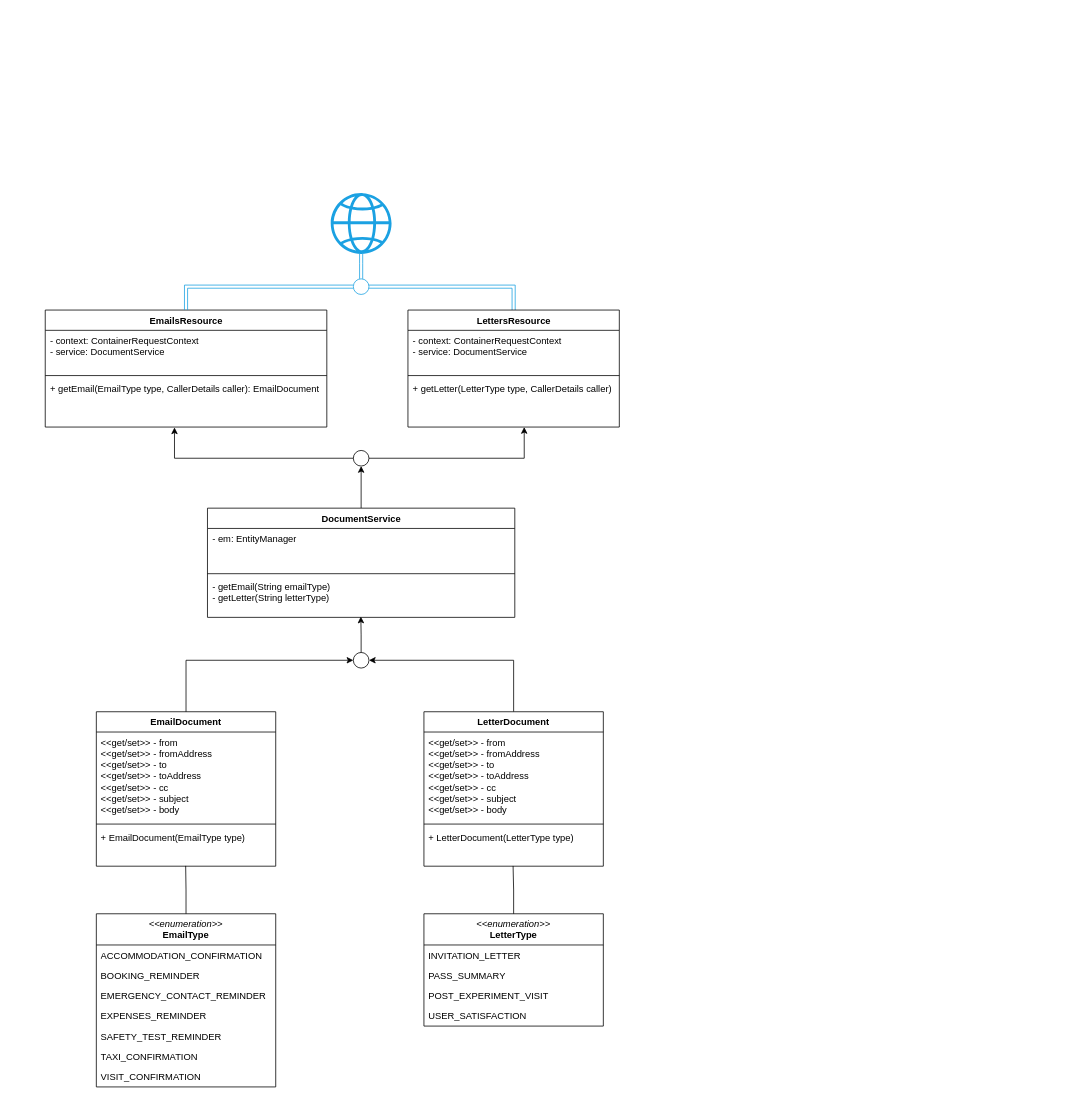
This is Document generation class diagram.drawio from ambolt314/FinalProjectDesign, a draw.io file, before an edit. Source tidied: cells renumbered, new cells numbered last; positions are measured from the earlier drawing's top-left corner, leaving out a move shared by most shapes. Both pictures are drawn from the tidied source at 78%, with x=0, y=0 at pixel (45, 193).
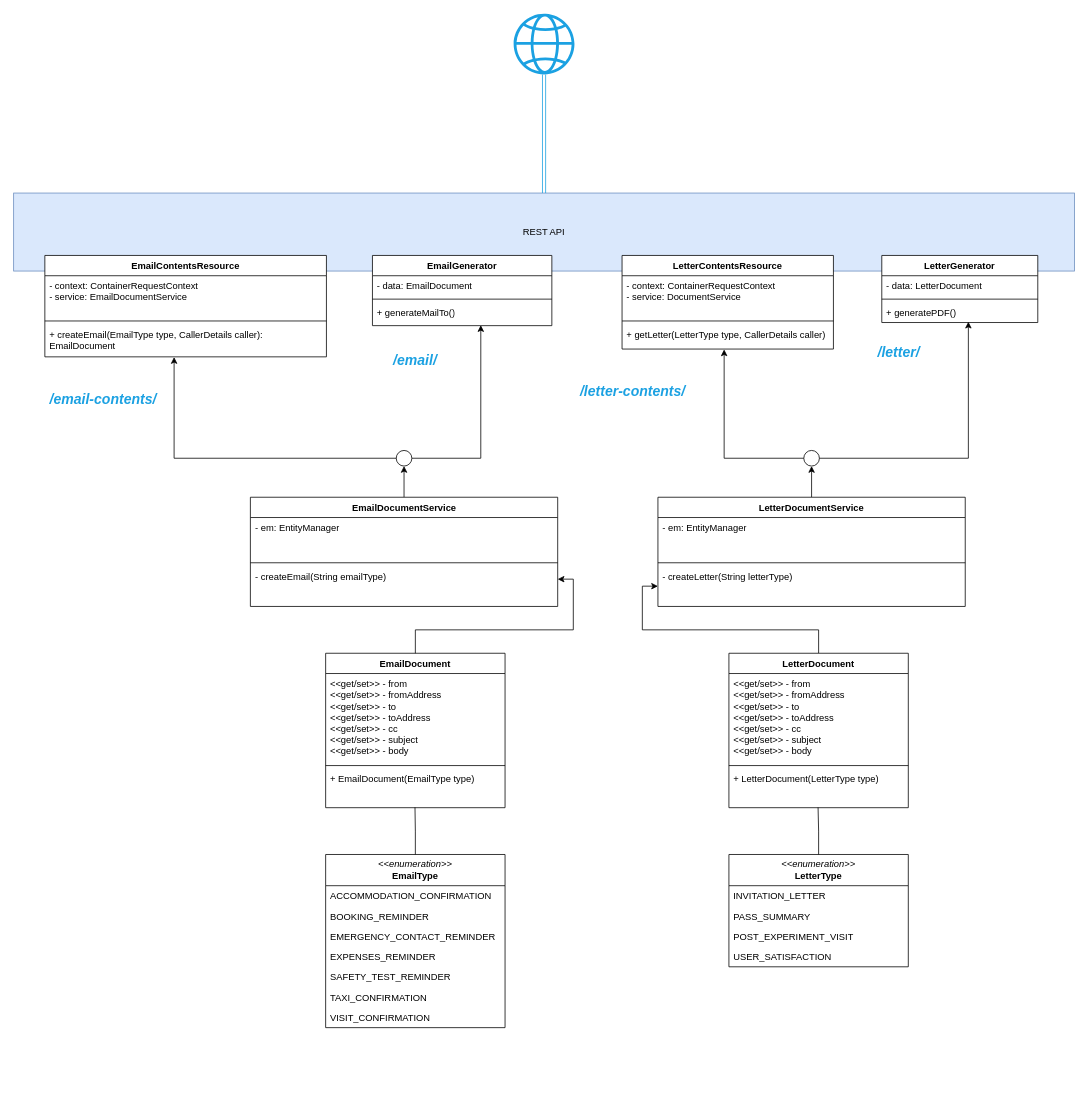
The same page after the edit.

Commit message:
Updated activity diagram

What changed in the source:
```diff
@@
+    <mxCell id="50" value="REST API" style="html=1;whiteSpace=wrap;fillColor=#dae8fc;strokeColor=#6c8ebf;" parent="1" vertex="1">
+      <mxGeometry x="-41" width="1360" height="100" as="geometry" />
+    </mxCell>
-    <mxCell id="2" value="EmailsResource" style="swimlane;fontStyle=1;align=center;verticalAlign=top;horizontal=1;startSize=26;whiteSpace=wrap;html=1;" parent="1" vertex="1">
-      <mxGeometry x="-0.5" y="150" width="361" height="150" as="geometry" />
+    <mxCell id="2" value="EmailContentsResource" style="swimlane;fontStyle=1;align=center;verticalAlign=top;horizontal=1;startSize=26;whiteSpace=wrap;html=1;" parent="1" vertex="1">
+      <mxGeometry x="-1" y="80" width="361" height="130" as="geometry" />
     </mxCell>
-    <mxCell id="3" value="&lt;div&gt;- context: ContainerRequestContext&lt;/div&gt;&lt;div&gt;- service: DocumentService&lt;br&gt;&lt;/div&gt;" style="text;strokeColor=none;fillColor=none;align=left;verticalAlign=top;spacingLeft=4;spacingRight=4;overflow=hidden;whiteSpace=wrap;html=1;" parent="2" vertex="1">
+    <mxCell id="3" value="&lt;div&gt;- context: ContainerRequestContext&lt;/div&gt;&lt;div&gt;- service: EmailDocumentService&lt;br&gt;&lt;/div&gt;" style="text;align=left;verticalAlign=top;spacingLeft=4;spacingRight=4;overflow=hidden;whiteSpace=wrap;html=1;" parent="2" vertex="1">
       <mxGeometry y="26" width="361" height="54" as="geometry" />
     </mxCell>
@@
-    <mxCell id="5" value="+ getEmail(EmailType type, CallerDetails caller): EmailDocument" style="text;strokeColor=none;fillColor=none;align=left;verticalAlign=top;spacingLeft=4;spacingRight=4;overflow=hidden;points=[[0,0.5],[1,0.5]];portConstraint=eastwest;whiteSpace=wrap;html=1;" parent="2" vertex="1">
-      <mxGeometry y="88" width="361" height="62" as="geometry" />
+    <mxCell id="5" value="+ createEmail(EmailType type, CallerDetails caller): EmailDocument" style="text;strokeColor=none;fillColor=none;align=left;verticalAlign=top;spacingLeft=4;spacingRight=4;overflow=hidden;points=[[0,0.5],[1,0.5]];portConstraint=eastwest;whiteSpace=wrap;html=1;" parent="2" vertex="1">
+      <mxGeometry y="88" width="361" height="42" as="geometry" />
     </mxCell>
-    <mxCell id="6" style="edgeStyle=orthogonalEdgeStyle;rounded=0;jettySize=auto;html=1;entryX=0.55;entryY=1;entryDx=0;entryDy=0;entryPerimeter=0;exitX=1;exitY=0.5;exitDx=0;exitDy=0;" parent="1" edge="1" source="48" target="46">
+    <mxCell id="6" style="edgeStyle=orthogonalEdgeStyle;rounded=0;jettySize=auto;html=1;entryX=0.604;entryY=0.98;entryDx=0;entryDy=0;entryPerimeter=0;exitX=1;exitY=0.5;exitDx=0;exitDy=0;" parent="1" edge="1" source="48" target="55">
       <mxGeometry relative="1" as="geometry" />
     </mxCell>
-    <mxCell id="7" style="edgeStyle=orthogonalEdgeStyle;rounded=0;jettySize=auto;html=1;entryX=0.5;entryY=1;entryDx=0;entryDy=0;" parent="1" edge="1" source="8" target="48">
-      <mxGeometry relative="1" as="geometry" />
-    </mxCell>
+    <mxCell id="51" style="edgeStyle=orthogonalEdgeStyle;rounded=0;jettySize=auto;html=1;entryX=0.5;entryY=1;entryDx=0;entryDy=0;" parent="1" edge="1" source="8" target="65">
+      <mxGeometry relative="1" as="geometry" />
+    </mxCell>
-    <mxCell id="8" value="DocumentService" style="swimlane;fontStyle=1;align=center;verticalAlign=top;horizontal=1;startSize=26;whiteSpace=wrap;html=1;" parent="1" vertex="1">
-      <mxGeometry x="207.5" y="404" width="394" height="140" as="geometry" />
+    <mxCell id="8" value="LetterDocumentService" style="swimlane;fontStyle=1;align=center;verticalAlign=top;horizontal=1;startSize=26;whiteSpace=wrap;html=1;" parent="1" vertex="1">
+      <mxGeometry x="785" y="390" width="394" height="140" as="geometry" />
     </mxCell>
@@
-    <mxCell id="11" value="&lt;div&gt;- getEmail(String emailType)&lt;/div&gt;&lt;div&gt;- getLetter(String letterType)&lt;/div&gt;" style="text;strokeColor=none;fillColor=none;align=left;verticalAlign=top;spacingLeft=4;spacingRight=4;overflow=hidden;points=[[0,0.5],[1,0.5]];portConstraint=eastwest;whiteSpace=wrap;html=1;" parent="8" vertex="1">
+    <mxCell id="11" value="&lt;div&gt;- createLetter(String letterType)&lt;/div&gt;" style="text;strokeColor=none;fillColor=none;align=left;verticalAlign=top;spacingLeft=4;spacingRight=4;overflow=hidden;points=[[0,0.5],[1,0.5]];portConstraint=eastwest;whiteSpace=wrap;html=1;" parent="8" vertex="1">
       <mxGeometry y="88" width="394" height="52" as="geometry" />
     </mxCell>
     <mxCell id="12" value="EmailDocument" style="swimlane;fontStyle=1;align=center;verticalAlign=top;horizontal=1;startSize=26;whiteSpace=wrap;html=1;" parent="1" vertex="1">
-      <mxGeometry x="65" y="665" width="230" height="198" as="geometry" />
+      <mxGeometry x="359" y="590" width="230" height="198" as="geometry" />
     </mxCell>
@@
-    <mxCell id="16" style="edgeStyle=orthogonalEdgeStyle;rounded=0;jettySize=auto;html=1;entryX=0;entryY=0.5;entryDx=0;entryDy=0;exitX=0.5;exitY=0;exitDx=0;exitDy=0;" parent="1" edge="1" source="12" target="21">
+    <mxCell id="16" style="edgeStyle=orthogonalEdgeStyle;rounded=0;jettySize=auto;html=1;entryX=1;entryY=0.75;entryDx=0;entryDy=0;exitX=0.5;exitY=0;exitDx=0;exitDy=0;" parent="1" edge="1" source="12" target="61">
       <mxGeometry relative="1" as="geometry" />
     </mxCell>
-    <mxCell id="17" style="edgeStyle=orthogonalEdgeStyle;rounded=0;jettySize=auto;html=1;shape=link;strokeColor=#1ba1e2;exitX=0;exitY=0.5;exitDx=0;exitDy=0;" parent="1" edge="1" source="47" target="2">
-      <mxGeometry relative="1" as="geometry" />
-    </mxCell>
-    <mxCell id="18" style="edgeStyle=orthogonalEdgeStyle;rounded=0;jettySize=auto;html=1;shape=link;strokeColor=#1ba1e2;exitX=1;exitY=0.5;exitDx=0;exitDy=0;" parent="1" edge="1" source="47" target="43">
-      <mxGeometry relative="1" as="geometry" />
-    </mxCell>
-    <mxCell id="19" style="edgeStyle=orthogonalEdgeStyle;rounded=0;jettySize=auto;html=1;shape=link;strokeColor=#1ba1e2;" parent="1" edge="1" source="20" target="47">
+    <mxCell id="19" style="edgeStyle=orthogonalEdgeStyle;rounded=0;jettySize=auto;html=1;shape=link;strokeColor=#1ba1e2;entryX=0.5;entryY=0;entryDx=0;entryDy=0;" parent="1" edge="1" source="20" target="50">
       <mxGeometry relative="1" as="geometry" />
     </mxCell>
     <mxCell id="20" style="sketch=0;outlineConnect=0;fillColor=#1BA1E2;strokeColor=#006EAF;dashed=0;verticalLabelPosition=bottom;verticalAlign=top;align=center;html=1;fontSize=12;fontStyle=0;shape=mxgraph.aws4.globe;fontColor=#ffffff;" parent="1" vertex="1">
-      <mxGeometry x="365.5" width="78" height="78" as="geometry" />
+      <mxGeometry x="600" y="-230" width="78" height="78" as="geometry" />
     </mxCell>
-    <mxCell id="21" style="ellipse;whiteSpace=wrap;html=1;" parent="1" vertex="1">
-      <mxGeometry x="394.5" y="589" width="20" height="20" as="geometry" />
-    </mxCell>
-    <mxCell id="22" style="edgeStyle=orthogonalEdgeStyle;rounded=0;jettySize=auto;html=1;entryX=0.499;entryY=0.981;entryDx=0;entryDy=0;entryPerimeter=0;" parent="1" edge="1" source="21" target="11">
-      <mxGeometry relative="1" as="geometry" />
-    </mxCell>
     <mxCell id="23" value="&lt;div&gt;&lt;i&gt;&amp;lt;&amp;lt;enumeration&amp;gt;&amp;gt;&lt;/i&gt;&lt;/div&gt;&lt;div&gt;&lt;b&gt;EmailType&lt;/b&gt;&lt;br&gt;&lt;/div&gt;" style="swimlane;fontStyle=0;horizontal=1;startSize=40;fillColor=none;whiteSpace=wrap;html=1;" parent="1" vertex="1">
-      <mxGeometry x="65" y="924" width="230" height="222" as="geometry" />
+      <mxGeometry x="359" y="848" width="230" height="222" as="geometry" />
     </mxCell>
@@
     <mxCell id="31" value="&lt;div&gt;&lt;i&gt;&amp;lt;&amp;lt;enumeration&amp;gt;&amp;gt;&lt;/i&gt;&lt;/div&gt;&lt;div&gt;&lt;b&gt;LetterType&lt;/b&gt;&lt;br&gt;&lt;/div&gt;" style="swimlane;fontStyle=0;horizontal=1;startSize=40;fillColor=none;whiteSpace=wrap;html=1;" parent="1" vertex="1">
-      <mxGeometry x="485" y="924" width="230" height="144" as="geometry" />
+      <mxGeometry x="876" y="848" width="230" height="144" as="geometry" />
     </mxCell>
@@
-    <mxCell id="37" style="edgeStyle=orthogonalEdgeStyle;rounded=0;jettySize=auto;html=1;entryX=1;entryY=0.5;entryDx=0;entryDy=0;exitX=0.5;exitY=0;exitDx=0;exitDy=0;" parent="1" edge="1" source="38" target="21">
+    <mxCell id="37" style="edgeStyle=orthogonalEdgeStyle;rounded=0;jettySize=auto;html=1;exitX=0.5;exitY=0;exitDx=0;exitDy=0;entryX=0;entryY=0.5;entryDx=0;entryDy=0;" parent="1" edge="1" source="38" target="11">
       <mxGeometry relative="1" as="geometry" />
     </mxCell>
     <mxCell id="38" value="LetterDocument" style="swimlane;fontStyle=1;align=center;verticalAlign=top;horizontal=1;startSize=26;whiteSpace=wrap;html=1;" parent="1" vertex="1">
-      <mxGeometry x="485" y="665" width="230" height="198" as="geometry" />
+      <mxGeometry x="876" y="590" width="230" height="198" as="geometry" />
     </mxCell>
@@
-    <mxCell id="43" value="LettersResource" style="swimlane;fontStyle=1;align=center;verticalAlign=top;horizontal=1;startSize=26;whiteSpace=wrap;html=1;" parent="1" vertex="1">
-      <mxGeometry x="464.5" y="150" width="271" height="150" as="geometry" />
+    <mxCell id="43" value="LetterContentsResource" style="swimlane;fontStyle=1;align=center;verticalAlign=top;horizontal=1;startSize=26;whiteSpace=wrap;html=1;" parent="1" vertex="1">
+      <mxGeometry x="739" y="80" width="271" height="120" as="geometry" />
     </mxCell>
@@
     <mxCell id="46" value="+ getLetter(LetterType type, CallerDetails caller)" style="text;strokeColor=none;fillColor=none;align=left;verticalAlign=top;spacingLeft=4;spacingRight=4;overflow=hidden;points=[[0,0.5],[1,0.5]];portConstraint=eastwest;whiteSpace=wrap;html=1;" parent="43" vertex="1">
-      <mxGeometry y="88" width="271" height="62" as="geometry" />
+      <mxGeometry y="88" width="271" height="32" as="geometry" />
     </mxCell>
-    <mxCell id="47" style="ellipse;whiteSpace=wrap;html=1;strokeColor=#1ba1e2;" parent="1" vertex="1">
-      <mxGeometry x="394.5" y="110" width="20" height="20" as="geometry" />
-    </mxCell>
     <mxCell id="48" style="ellipse;whiteSpace=wrap;html=1;strokeColor=#000000;" parent="1" vertex="1">
-      <mxGeometry x="394.5" y="330" width="20" height="20" as="geometry" />
+      <mxGeometry x="449.5" y="330" width="20" height="20" as="geometry" />
     </mxCell>
@@
+    <mxCell id="52" value="EmailGenerator" style="swimlane;fontStyle=1;align=center;verticalAlign=top;horizontal=1;startSize=26;whiteSpace=wrap;html=1;" parent="1" vertex="1">
+      <mxGeometry x="419" y="80" width="230" height="90" as="geometry" />
+    </mxCell>
+    <mxCell id="53" value="- data: EmailDocument" style="text;strokeColor=none;fillColor=none;align=left;verticalAlign=top;spacingLeft=4;spacingRight=4;overflow=hidden;whiteSpace=wrap;html=1;" parent="52" vertex="1">
+      <mxGeometry y="26" width="230" height="26" as="geometry" />
+    </mxCell>
+    <mxCell id="54" style="line;strokeWidth=1;fillColor=none;align=left;verticalAlign=middle;spacingTop=-1;spacingLeft=3;spacingRight=3;labelPosition=right;strokeColor=inherit;" parent="52" vertex="1">
+      <mxGeometry y="52" width="230" height="8" as="geometry" />
+    </mxCell>
+    <mxCell id="55" value="&lt;div&gt;+ generateMailTo()&lt;/div&gt;" style="text;strokeColor=none;fillColor=none;align=left;verticalAlign=top;spacingLeft=4;spacingRight=4;overflow=hidden;points=[[0,0.5],[1,0.5]];portConstraint=eastwest;whiteSpace=wrap;html=1;" parent="52" vertex="1">
+      <mxGeometry y="60" width="230" height="30" as="geometry" />
+    </mxCell>
+    <mxCell id="56" value="LetterGenerator" style="swimlane;fontStyle=1;align=center;verticalAlign=top;horizontal=1;startSize=26;whiteSpace=wrap;html=1;" parent="1" vertex="1">
+      <mxGeometry x="1072" y="80" width="200" height="86" as="geometry" />
+    </mxCell>
+    <mxCell id="57" value="- data: LetterDocument" style="text;strokeColor=none;fillColor=none;align=left;verticalAlign=top;spacingLeft=4;spacingRight=4;overflow=hidden;whiteSpace=wrap;html=1;" parent="56" vertex="1">
+      <mxGeometry y="26" width="200" height="26" as="geometry" />
+    </mxCell>
+    <mxCell id="58" style="line;strokeWidth=1;fillColor=none;align=left;verticalAlign=middle;spacingTop=-1;spacingLeft=3;spacingRight=3;labelPosition=right;strokeColor=inherit;" parent="56" vertex="1">
+      <mxGeometry y="52" width="200" height="8" as="geometry" />
+    </mxCell>
+    <mxCell id="59" value="+ generatePDF()" style="text;strokeColor=none;fillColor=none;align=left;verticalAlign=top;spacingLeft=4;spacingRight=4;overflow=hidden;points=[[0,0.5],[1,0.5]];portConstraint=eastwest;whiteSpace=wrap;html=1;" parent="56" vertex="1">
+      <mxGeometry y="60" width="200" height="26" as="geometry" />
+    </mxCell>
+    <mxCell id="60" style="edgeStyle=orthogonalEdgeStyle;rounded=0;jettySize=auto;html=1;entryX=0.5;entryY=1;entryDx=0;entryDy=0;" parent="1" edge="1" source="61" target="48">
+      <mxGeometry relative="1" as="geometry" />
+    </mxCell>
+    <mxCell id="61" value="EmailDocumentService" style="swimlane;fontStyle=1;align=center;verticalAlign=top;horizontal=1;startSize=26;whiteSpace=wrap;html=1;" parent="1" vertex="1">
+      <mxGeometry x="262.5" y="390" width="394" height="140" as="geometry" />
+    </mxCell>
+    <mxCell id="62" value="&lt;div&gt;- em: EntityManager&lt;/div&gt;" style="text;strokeColor=none;fillColor=none;align=left;verticalAlign=top;spacingLeft=4;spacingRight=4;overflow=hidden;whiteSpace=wrap;html=1;" parent="61" vertex="1">
+      <mxGeometry y="26" width="394" height="54" as="geometry" />
+    </mxCell>
+    <mxCell id="63" style="line;strokeWidth=1;fillColor=none;align=left;verticalAlign=middle;spacingTop=-1;spacingLeft=3;spacingRight=3;labelPosition=right;strokeColor=inherit;" parent="61" vertex="1">
+      <mxGeometry y="80" width="394" height="8" as="geometry" />
+    </mxCell>
+    <mxCell id="64" value="&lt;div&gt;- createEmail(String emailType)&lt;/div&gt;" style="text;strokeColor=none;fillColor=none;align=left;verticalAlign=top;spacingLeft=4;spacingRight=4;overflow=hidden;whiteSpace=wrap;html=1;" parent="61" vertex="1">
+      <mxGeometry y="88" width="394" height="52" as="geometry" />
+    </mxCell>
+    <mxCell id="65" style="ellipse;whiteSpace=wrap;html=1;strokeColor=#000000;" parent="1" vertex="1">
+      <mxGeometry x="972" y="330" width="20" height="20" as="geometry" />
+    </mxCell>
+    <mxCell id="66" style="edgeStyle=orthogonalEdgeStyle;rounded=0;jettySize=auto;html=1;entryX=0.483;entryY=1.016;entryDx=0;entryDy=0;entryPerimeter=0;exitX=0;exitY=0.5;exitDx=0;exitDy=0;" parent="1" edge="1" source="65" target="46">
+      <mxGeometry relative="1" as="geometry" />
+    </mxCell>
+    <mxCell id="67" style="edgeStyle=orthogonalEdgeStyle;rounded=0;jettySize=auto;html=1;entryX=0.555;entryY=0.962;entryDx=0;entryDy=0;entryPerimeter=0;exitX=1;exitY=0.5;exitDx=0;exitDy=0;" parent="1" edge="1" source="65" target="59">
+      <mxGeometry relative="1" as="geometry" />
+    </mxCell>
+    <mxCell id="68" value="&lt;div align=&quot;center&quot;&gt;&lt;font color=&quot;#1ba1e2&quot;&gt;&lt;i&gt;&lt;font style=&quot;font-size: 18px;&quot;&gt;&lt;b&gt;/email/&lt;/b&gt;&lt;/font&gt;&lt;/i&gt;&lt;/font&gt;&lt;/div&gt;" style="text;html=1;align=center;verticalAlign=middle;whiteSpace=wrap;rounded=0;" parent="1" vertex="1">
+      <mxGeometry x="399" y="200" width="150" height="30" as="geometry" />
+    </mxCell>
+    <mxCell id="69" value="&lt;div align=&quot;center&quot;&gt;&lt;font color=&quot;#1ba1e2&quot;&gt;&lt;i&gt;&lt;font style=&quot;font-size: 18px;&quot;&gt;&lt;b&gt;/email-contents/&lt;/b&gt;&lt;/font&gt;&lt;/i&gt;&lt;/font&gt;&lt;/div&gt;" style="text;html=1;align=center;verticalAlign=middle;whiteSpace=wrap;rounded=0;" parent="1" vertex="1">
+      <mxGeometry x="-1" y="250" width="150" height="30" as="geometry" />
+    </mxCell>
+    <mxCell id="70" value="&lt;div align=&quot;center&quot;&gt;&lt;font color=&quot;#1ba1e2&quot;&gt;&lt;i&gt;&lt;font style=&quot;font-size: 18px;&quot;&gt;&lt;b&gt;/letter-contents/&lt;/b&gt;&lt;/font&gt;&lt;/i&gt;&lt;/font&gt;&lt;/div&gt;" style="text;html=1;align=center;verticalAlign=middle;whiteSpace=wrap;rounded=0;" parent="1" vertex="1">
+      <mxGeometry x="678" y="240" width="150" height="30" as="geometry" />
+    </mxCell>
+    <mxCell id="71" value="&lt;div align=&quot;center&quot;&gt;&lt;font color=&quot;#1ba1e2&quot;&gt;&lt;i&gt;&lt;font style=&quot;font-size: 18px;&quot;&gt;&lt;b&gt;/letter/&lt;/b&gt;&lt;/font&gt;&lt;/i&gt;&lt;/font&gt;&lt;/div&gt;" style="text;html=1;align=center;verticalAlign=middle;whiteSpace=wrap;rounded=0;" parent="1" vertex="1">
+      <mxGeometry x="1019" y="190" width="150" height="30" as="geometry" />
+    </mxCell>
```
